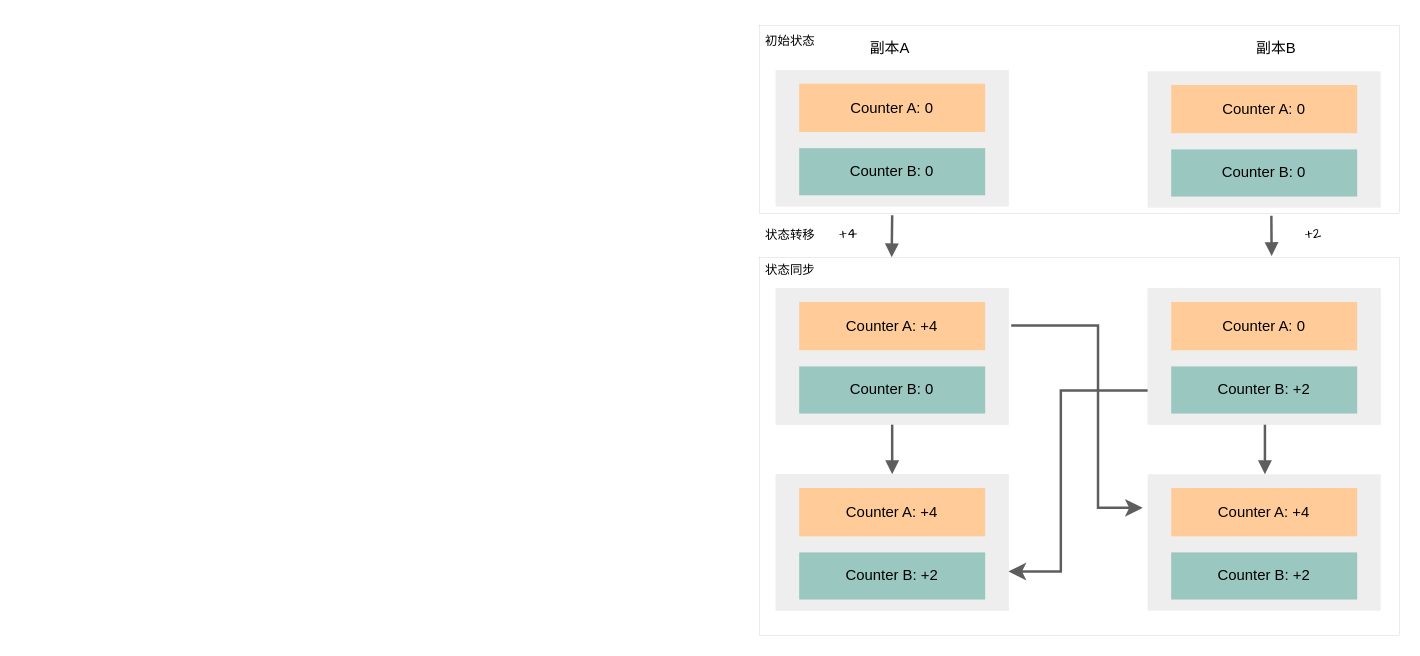
Before: page "GCounter" (10 of 10) of DRL.drawio in zhangluting123/drawio, a draw.io diagram. Source tidied: cells renumbered, new cells numbered last; positions are measured from the earlier drawing's top-left corner, leaving out a move shared by most shapes. Both pictures are drawn from the tidied source at 124%, with x=0, y=0 at pixel (753, 21).
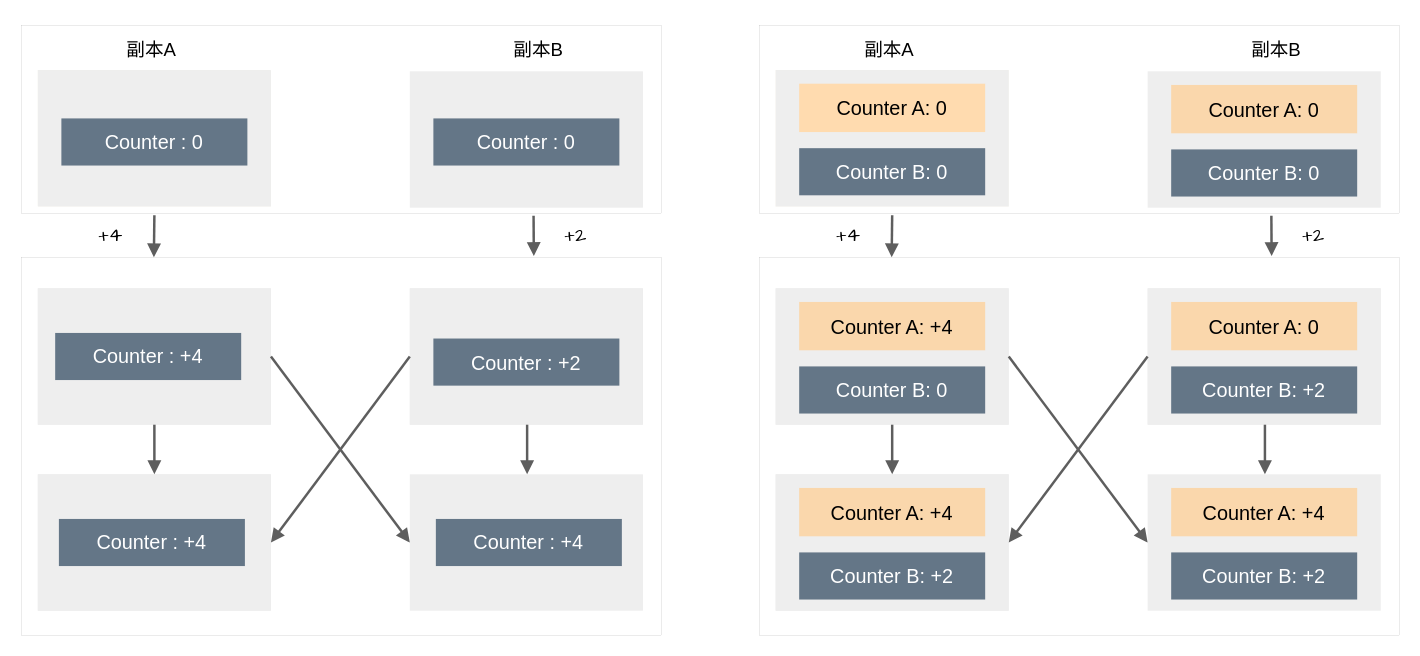
After the change.

Unchanged cells that the change refers to:
```xml
<mxCell id="3" style="group;" parent="1" vertex="1">
  <mxGeometry x="318" y="40" width="188" height="110" as="geometry" />
</mxCell>
<mxCell id="7" style="group;fillColor=#eeeeee;strokeColor=none;" parent="1" vertex="1">
  <mxGeometry x="18" y="215" width="188" height="110" as="geometry" />
</mxCell>
<mxCell id="8" style="rounded=0;whiteSpace=wrap;html=1;fillColor=#eeeeee;strokeColor=none;" parent="7" vertex="1">
  <mxGeometry width="188" height="110" as="geometry" />
</mxCell>
<mxCell id="16" style="group;fillColor=#eeeeee;strokeColor=none;" parent="1" vertex="1">
  <mxGeometry x="18" y="365" width="188" height="110" as="geometry" />
</mxCell>
<mxCell id="17" style="rounded=0;whiteSpace=wrap;html=1;fillColor=#eeeeee;strokeColor=none;" parent="16" vertex="1">
  <mxGeometry width="188" height="110" as="geometry" />
</mxCell>
<mxCell id="20" style="group;fillColor=#eeeeee;strokeColor=none;" parent="1" vertex="1">
  <mxGeometry x="318" y="215" width="188" height="110" as="geometry" />
</mxCell>
<mxCell id="21" style="rounded=0;whiteSpace=wrap;html=1;fillColor=#eeeeee;strokeColor=none;" parent="20" vertex="1">
  <mxGeometry width="188" height="110" as="geometry" />
</mxCell>
<mxCell id="24" style="group;" parent="1" vertex="1">
  <mxGeometry x="318" y="365" width="188" height="110" as="geometry" />
</mxCell>
<mxCell id="25" style="rounded=0;whiteSpace=wrap;html=1;fillColor=#eeeeee;strokeColor=none;" parent="24" vertex="1">
  <mxGeometry width="188" height="110" as="geometry" />
</mxCell>
```

Diff of the diagram source:
```diff
@@
+    <mxCell id="37" style="rounded=0;whiteSpace=wrap;html=1;fillColor=none;strokeColor=#5E5E5E;strokeWidth=0;" parent="1" vertex="1">
+      <mxGeometry x="5" y="3" width="516" height="152" as="geometry" />
+    </mxCell>
+    <mxCell id="35" style="rounded=0;whiteSpace=wrap;html=1;fillColor=none;strokeColor=#5E5E5E;strokeWidth=0;" parent="1" vertex="1">
+      <mxGeometry x="5" y="190" width="516" height="305" as="geometry" />
+    </mxCell>
@@
-    <mxCell id="5" value="Counter A: 0" style="rounded=0;whiteSpace=wrap;html=1;fillColor=#ffcc99;strokeColor=none;" parent="3" vertex="1">
+    <mxCell id="5" value="Counter A: 0" style="rounded=0;whiteSpace=wrap;html=1;fillColor=#fad7ac;strokeColor=none;fontSize=16;" parent="3" vertex="1">
       <mxGeometry x="19" y="11" width="150" height="39" as="geometry" />
     </mxCell>
-    <mxCell id="6" value="Counter B: 0" style="rounded=0;whiteSpace=wrap;html=1;fillColor=#9AC7BF;strokeColor=none;" parent="3" vertex="1">
+    <mxCell id="6" value="Counter B: 0" style="rounded=0;whiteSpace=wrap;html=1;fillColor=#647687;strokeColor=none;fontColor=#ffffff;fontSize=16;" parent="3" vertex="1">
       <mxGeometry x="19" y="63" width="150" height="38" as="geometry" />
     </mxCell>
@@
-    <mxCell id="9" value="Counter A: +4" style="rounded=0;whiteSpace=wrap;html=1;fillColor=#ffcc99;strokeColor=none;" parent="7" vertex="1">
+    <mxCell id="9" value="Counter A: +4" style="rounded=0;whiteSpace=wrap;html=1;fillColor=#fad7ac;strokeColor=none;fontSize=16;" parent="7" vertex="1">
       <mxGeometry x="19" y="11" width="150" height="39" as="geometry" />
     </mxCell>
-    <mxCell id="10" value="Counter B: 0" style="rounded=0;whiteSpace=wrap;html=1;fillColor=#9AC7BF;strokeColor=none;" parent="7" vertex="1">
+    <mxCell id="10" value="Counter B: 0" style="rounded=0;whiteSpace=wrap;html=1;fillColor=#647687;strokeColor=none;fontColor=#ffffff;fontSize=16;" parent="7" vertex="1">
       <mxGeometry x="19" y="63" width="150" height="38" as="geometry" />
     </mxCell>
-    <mxCell id="11" value="副本A&amp;nbsp;" style="text;html=1;strokeColor=none;fillColor=none;align=center;verticalAlign=middle;whiteSpace=wrap;rounded=0;" parent="1" vertex="1">
+    <mxCell id="11" value="副本A&amp;nbsp;" style="text;html=1;strokeColor=none;fillColor=none;align=center;verticalAlign=middle;whiteSpace=wrap;rounded=0;fontSize=15;" parent="1" vertex="1">
       <mxGeometry x="82" y="7" width="60" height="30" as="geometry" />
     </mxCell>
-    <mxCell id="12" value="副本B" style="text;html=1;strokeColor=none;fillColor=none;align=center;verticalAlign=middle;whiteSpace=wrap;rounded=0;" parent="1" vertex="1">
+    <mxCell id="12" value="副本B" style="text;html=1;strokeColor=none;fillColor=none;align=center;verticalAlign=middle;whiteSpace=wrap;rounded=0;fontSize=15;" parent="1" vertex="1">
       <mxGeometry x="392" y="7" width="60" height="30" as="geometry" />
     </mxCell>
@@
-    <mxCell id="14" value="Counter A: 0" style="rounded=0;whiteSpace=wrap;html=1;fillColor=#ffcc99;strokeColor=none;" parent="1" vertex="1">
+    <mxCell id="14" value="Counter A: 0" style="rounded=0;whiteSpace=wrap;html=1;fillColor=#FFDBAF;strokeColor=none;fontSize=16;" parent="1" vertex="1">
       <mxGeometry x="37" y="50" width="150" height="39" as="geometry" />
     </mxCell>
-    <mxCell id="15" value="Counter B: 0" style="rounded=0;whiteSpace=wrap;html=1;fillColor=#9AC7BF;strokeColor=none;" parent="1" vertex="1">
+    <mxCell id="15" value="Counter B: 0" style="rounded=0;whiteSpace=wrap;html=1;fillColor=#647687;strokeColor=none;fontColor=#ffffff;fontSize=16;" parent="1" vertex="1">
       <mxGeometry x="37" y="102" width="150" height="38" as="geometry" />
     </mxCell>
@@
-    <mxCell id="18" value="Counter A: +4" style="rounded=0;whiteSpace=wrap;html=1;fillColor=#ffcc99;strokeColor=none;" parent="16" vertex="1">
+    <mxCell id="18" value="Counter A: +4" style="rounded=0;whiteSpace=wrap;html=1;fillColor=#fad7ac;strokeColor=none;fontSize=16;" parent="16" vertex="1">
       <mxGeometry x="19" y="11" width="150" height="39" as="geometry" />
     </mxCell>
-    <mxCell id="19" value="Counter B: +2" style="rounded=0;whiteSpace=wrap;html=1;fillColor=#9AC7BF;strokeColor=none;" parent="16" vertex="1">
+    <mxCell id="19" value="Counter B: +2" style="rounded=0;whiteSpace=wrap;html=1;fillColor=#647687;strokeColor=none;fontColor=#ffffff;fontSize=16;" parent="16" vertex="1">
       <mxGeometry x="19" y="63" width="150" height="38" as="geometry" />
     </mxCell>
@@
-    <mxCell id="22" value="Counter A: 0" style="rounded=0;whiteSpace=wrap;html=1;fillColor=#ffcc99;strokeColor=none;" parent="20" vertex="1">
+    <mxCell id="22" value="Counter A: 0" style="rounded=0;whiteSpace=wrap;html=1;fillColor=#fad7ac;strokeColor=none;fontSize=16;" parent="20" vertex="1">
       <mxGeometry x="19" y="11" width="150" height="39" as="geometry" />
     </mxCell>
-    <mxCell id="23" value="Counter B: +2" style="rounded=0;whiteSpace=wrap;html=1;fillColor=#9AC7BF;strokeColor=none;" parent="20" vertex="1">
+    <mxCell id="23" value="Counter B: +2" style="rounded=0;whiteSpace=wrap;html=1;fillColor=#647687;strokeColor=none;fontColor=#ffffff;fontSize=16;" parent="20" vertex="1">
       <mxGeometry x="19" y="63" width="150" height="38" as="geometry" />
     </mxCell>
@@
-    <mxCell id="26" value="Counter A: +4" style="rounded=0;whiteSpace=wrap;html=1;fillColor=#ffcc99;strokeColor=none;" parent="24" vertex="1">
+    <mxCell id="26" value="Counter A: +4" style="rounded=0;whiteSpace=wrap;html=1;fillColor=#fad7ac;strokeColor=none;fontSize=16;" parent="24" vertex="1">
       <mxGeometry x="19" y="11" width="150" height="39" as="geometry" />
     </mxCell>
-    <mxCell id="27" value="Counter B: +2" style="rounded=0;whiteSpace=wrap;html=1;fillColor=#9AC7BF;strokeColor=none;" parent="24" vertex="1">
+    <mxCell id="27" value="Counter B: +2" style="rounded=0;whiteSpace=wrap;html=1;fillColor=#647687;strokeColor=none;fontColor=#ffffff;fontSize=16;" parent="24" vertex="1">
       <mxGeometry x="19" y="63" width="150" height="38" as="geometry" />
     </mxCell>
-    <mxCell id="28" value="+2" style="text;html=1;strokeColor=none;fillColor=none;align=center;verticalAlign=middle;whiteSpace=wrap;rounded=0;fontFamily=Comic Sans MS;" parent="1" vertex="1">
+    <mxCell id="28" value="+2" style="text;html=1;strokeColor=none;fillColor=none;align=center;verticalAlign=middle;whiteSpace=wrap;rounded=0;fontFamily=Comic Sans MS;fontSize=16;" parent="1" vertex="1">
       <mxGeometry x="422" y="157" width="60" height="30" as="geometry" />
     </mxCell>
@@
-    <mxCell id="31" style="edgeStyle=elbowEdgeStyle;elbow=horizontal;endArrow=classic;html=1;curved=0;rounded=0;endSize=8;startSize=8;entryX=-0.021;entryY=0.246;entryDx=0;entryDy=0;entryPerimeter=0;strokeWidth=2;strokeColor=#5E5E5E;" parent="1" edge="1" target="25">
-      <mxGeometry relative="1" as="geometry">
-        <mxPoint x="208" y="245" as="sourcePoint" />
-        <Array as="points">
-          <mxPoint x="278" y="335" />
-        </Array>
-      </mxGeometry>
-    </mxCell>
-    <mxCell id="32" style="edgeStyle=elbowEdgeStyle;elbow=horizontal;endArrow=classic;html=1;curved=0;rounded=0;endSize=8;startSize=8;entryX=0.999;entryY=0.712;entryDx=0;entryDy=0;exitX=0;exitY=0.75;exitDx=0;exitDy=0;entryPerimeter=0;strokeWidth=2;strokeColor=#5E5E5E;" parent="1" edge="1" source="21" target="17">
-      <mxGeometry relative="1" as="geometry">
-        <Array as="points">
-          <mxPoint x="248" y="365" />
-        </Array>
-      </mxGeometry>
-    </mxCell>
@@
-    <mxCell id="35" style="rounded=0;whiteSpace=wrap;html=1;fillColor=none;strokeColor=#5E5E5E;strokeWidth=0;" parent="1" vertex="1">
-      <mxGeometry x="5" y="190" width="516" height="305" as="geometry" />
-    </mxCell>
-    <mxCell id="36" value="+4" style="text;html=1;strokeColor=none;fillColor=none;align=center;verticalAlign=middle;whiteSpace=wrap;rounded=0;fontFamily=Comic Sans MS;" parent="1" vertex="1">
+    <mxCell id="36" value="+4" style="text;html=1;strokeColor=none;fillColor=none;align=center;verticalAlign=middle;whiteSpace=wrap;rounded=0;fontFamily=Comic Sans MS;fontSize=16;" parent="1" vertex="1">
       <mxGeometry x="47" y="157" width="60" height="30" as="geometry" />
     </mxCell>
-    <mxCell id="37" style="rounded=0;whiteSpace=wrap;html=1;fillColor=none;strokeColor=#5E5E5E;strokeWidth=0;" parent="1" vertex="1">
-      <mxGeometry x="5" y="3" width="516" height="152" as="geometry" />
-    </mxCell>
-    <mxCell id="38" value="初始状态" style="text;html=1;strokeColor=none;fillColor=none;align=center;verticalAlign=middle;whiteSpace=wrap;rounded=0;fontFamily=Helvetica;fontSize=10;" parent="1" vertex="1">
-      <mxGeometry width="60" height="30" as="geometry" />
-    </mxCell>
-    <mxCell id="39" value="状态转移" style="text;html=1;strokeColor=none;fillColor=none;align=center;verticalAlign=middle;whiteSpace=wrap;rounded=0;fontFamily=Helvetica;fontSize=10;" parent="1" vertex="1">
-      <mxGeometry y="157" width="60" height="30" as="geometry" />
-    </mxCell>
-    <mxCell id="40" value="状态同步" style="text;html=1;strokeColor=none;fillColor=none;align=center;verticalAlign=middle;whiteSpace=wrap;rounded=0;fontFamily=Helvetica;fontSize=10;" parent="1" vertex="1">
-      <mxGeometry y="185" width="60" height="30" as="geometry" />
-    </mxCell>
+    <mxCell id="41" style="endArrow=block;html=1;rounded=0;entryX=0;entryY=0.5;entryDx=0;entryDy=0;exitX=1;exitY=0.5;exitDx=0;exitDy=0;strokeWidth=2;strokeColor=#5E5E5E;endFill=1;" parent="1" edge="1" source="8" target="25">
+      <mxGeometry relative="1" as="geometry" />
+    </mxCell>
+    <mxCell id="32" style="endArrow=block;html=1;rounded=0;entryX=1;entryY=0.5;entryDx=0;entryDy=0;exitX=0;exitY=0.5;exitDx=0;exitDy=0;strokeWidth=2;strokeColor=#5E5E5E;endFill=1;" parent="1" edge="1" source="21" target="17">
+      <mxGeometry relative="1" as="geometry" />
+    </mxCell>
+    <mxCell id="42" style="rounded=0;whiteSpace=wrap;html=1;fillColor=none;strokeColor=#5E5E5E;strokeWidth=0;" parent="1" vertex="1">
+      <mxGeometry x="-590" y="3" width="516" height="152" as="geometry" />
+    </mxCell>
+    <mxCell id="43" style="rounded=0;whiteSpace=wrap;html=1;fillColor=none;strokeColor=#5E5E5E;strokeWidth=0;" parent="1" vertex="1">
+      <mxGeometry x="-590" y="190" width="516" height="305" as="geometry" />
+    </mxCell>
+    <mxCell id="44" style="group;fillColor=#f9f7ed;strokeColor=none;" parent="1" vertex="1">
+      <mxGeometry x="-577" y="39" width="188" height="110" as="geometry" />
+    </mxCell>
+    <mxCell id="45" style="group;" parent="1" vertex="1">
+      <mxGeometry x="-277" y="40" width="188" height="110" as="geometry" />
+    </mxCell>
+    <mxCell id="46" style="rounded=0;whiteSpace=wrap;html=1;fillColor=#eeeeee;strokeColor=none;" parent="45" vertex="1">
+      <mxGeometry width="188" height="110" as="geometry" />
+    </mxCell>
+    <mxCell id="47" value="Counter : 0" style="rounded=0;whiteSpace=wrap;html=1;fillColor=#647687;strokeColor=none;fontColor=#ffffff;fontSize=16;" parent="45" vertex="1">
+      <mxGeometry x="19" y="38" width="150" height="38" as="geometry" />
+    </mxCell>
+    <mxCell id="48" style="group;fillColor=#eeeeee;strokeColor=none;" parent="1" vertex="1">
+      <mxGeometry x="-577" y="215" width="188" height="110" as="geometry" />
+    </mxCell>
+    <mxCell id="49" style="rounded=0;whiteSpace=wrap;html=1;fillColor=#eeeeee;strokeColor=none;" parent="48" vertex="1">
+      <mxGeometry width="188" height="110" as="geometry" />
+    </mxCell>
+    <mxCell id="50" value="Counter : +4" style="rounded=0;whiteSpace=wrap;html=1;fillColor=#647687;strokeColor=none;fontColor=#ffffff;fontSize=16;" parent="48" vertex="1">
+      <mxGeometry x="14" y="36" width="150" height="38" as="geometry" />
+    </mxCell>
+    <mxCell id="51" value="副本A&amp;nbsp;" style="text;html=1;strokeColor=none;fillColor=none;align=center;verticalAlign=middle;whiteSpace=wrap;rounded=0;fontSize=15;" parent="1" vertex="1">
+      <mxGeometry x="-513" y="7" width="60" height="30" as="geometry" />
+    </mxCell>
+    <mxCell id="52" value="副本B" style="text;html=1;strokeColor=none;fillColor=none;align=center;verticalAlign=middle;whiteSpace=wrap;rounded=0;fontSize=15;" parent="1" vertex="1">
+      <mxGeometry x="-203" y="7" width="60" height="30" as="geometry" />
+    </mxCell>
+    <mxCell id="53" style="rounded=0;whiteSpace=wrap;html=1;fillColor=#eeeeee;strokeColor=none;" parent="1" vertex="1">
+      <mxGeometry x="-577" y="39" width="188" height="110" as="geometry" />
+    </mxCell>
+    <mxCell id="54" value="Counter : 0" style="rounded=0;whiteSpace=wrap;html=1;fillColor=#647687;strokeColor=none;fontColor=#ffffff;fontSize=16;" parent="1" vertex="1">
+      <mxGeometry x="-558" y="78" width="150" height="38" as="geometry" />
+    </mxCell>
+    <mxCell id="55" style="group;fillColor=#eeeeee;strokeColor=none;" parent="1" vertex="1">
+      <mxGeometry x="-577" y="365" width="188" height="110" as="geometry" />
+    </mxCell>
+    <mxCell id="56" style="rounded=0;whiteSpace=wrap;html=1;fillColor=#eeeeee;strokeColor=none;" parent="55" vertex="1">
+      <mxGeometry width="188" height="110" as="geometry" />
+    </mxCell>
+    <mxCell id="57" value="Counter : +4" style="rounded=0;whiteSpace=wrap;html=1;fillColor=#647687;strokeColor=none;fontColor=#ffffff;fontSize=16;" parent="55" vertex="1">
+      <mxGeometry x="17" y="36" width="150" height="38" as="geometry" />
+    </mxCell>
+    <mxCell id="58" style="group;fillColor=#eeeeee;strokeColor=none;" parent="1" vertex="1">
+      <mxGeometry x="-277" y="215" width="188" height="110" as="geometry" />
+    </mxCell>
+    <mxCell id="59" style="rounded=0;whiteSpace=wrap;html=1;fillColor=#eeeeee;strokeColor=none;" parent="58" vertex="1">
+      <mxGeometry width="188" height="110" as="geometry" />
+    </mxCell>
+    <mxCell id="60" value="Counter : +2" style="rounded=0;whiteSpace=wrap;html=1;fillColor=#647687;strokeColor=none;fontColor=#ffffff;fontSize=16;" parent="58" vertex="1">
+      <mxGeometry x="19" y="40.5" width="150" height="38" as="geometry" />
+    </mxCell>
+    <mxCell id="61" style="group;" parent="1" vertex="1">
+      <mxGeometry x="-277" y="365" width="188" height="110" as="geometry" />
+    </mxCell>
+    <mxCell id="62" style="rounded=0;whiteSpace=wrap;html=1;fillColor=#eeeeee;strokeColor=none;" parent="61" vertex="1">
+      <mxGeometry width="188" height="110" as="geometry" />
+    </mxCell>
+    <mxCell id="63" value="Counter : +4" style="rounded=0;whiteSpace=wrap;html=1;fillColor=#647687;strokeColor=none;fontColor=#ffffff;fontSize=16;" parent="61" vertex="1">
+      <mxGeometry x="21" y="36" width="150" height="38" as="geometry" />
+    </mxCell>
+    <mxCell id="64" value="+2" style="text;html=1;strokeColor=none;fillColor=none;align=center;verticalAlign=middle;whiteSpace=wrap;rounded=0;fontFamily=Comic Sans MS;fontSize=16;" parent="1" vertex="1">
+      <mxGeometry x="-173" y="157" width="60" height="30" as="geometry" />
+    </mxCell>
+    <mxCell id="65" style="endArrow=block;html=1;rounded=0;entryX=0.5;entryY=0;entryDx=0;entryDy=0;exitX=0.5;exitY=1;exitDx=0;exitDy=0;strokeWidth=2;strokeColor=#5E5E5E;endFill=1;" parent="1" edge="1" source="49" target="56">
+      <mxGeometry relative="1" as="geometry" />
+    </mxCell>
+    <mxCell id="66" style="endArrow=block;html=1;rounded=0;entryX=0.5;entryY=0;entryDx=0;entryDy=0;exitX=0.5;exitY=1;exitDx=0;exitDy=0;strokeWidth=2;strokeColor=#5E5E5E;endFill=1;" parent="1" edge="1">
+      <mxGeometry relative="1" as="geometry">
+        <mxPoint x="-182.4" y="325" as="sourcePoint" />
+        <mxPoint x="-182.4" y="365" as="targetPoint" />
+      </mxGeometry>
+    </mxCell>
+    <mxCell id="67" style="endArrow=block;html=1;rounded=0;entryX=0.5;entryY=0;entryDx=0;entryDy=0;strokeWidth=2;strokeColor=#5E5E5E;endFill=1;" parent="1" edge="1">
+      <mxGeometry relative="1" as="geometry">
+        <mxPoint x="-483" y="156" as="sourcePoint" />
+        <mxPoint x="-483.4" y="190" as="targetPoint" />
+      </mxGeometry>
+    </mxCell>
+    <mxCell id="68" style="endArrow=block;html=1;rounded=0;entryX=0.5;entryY=0;entryDx=0;entryDy=0;exitX=0.8;exitY=1.01;exitDx=0;exitDy=0;strokeWidth=2;strokeColor=#5E5E5E;endFill=1;exitPerimeter=0;" parent="1" edge="1" source="42">
+      <mxGeometry relative="1" as="geometry">
+        <mxPoint x="-177" y="189" as="targetPoint" />
+      </mxGeometry>
+    </mxCell>
+    <mxCell id="69" value="+4" style="text;html=1;strokeColor=none;fillColor=none;align=center;verticalAlign=middle;whiteSpace=wrap;rounded=0;fontFamily=Comic Sans MS;fontSize=16;" parent="1" vertex="1">
+      <mxGeometry x="-548" y="157" width="60" height="30" as="geometry" />
+    </mxCell>
+    <mxCell id="70" style="endArrow=block;html=1;rounded=0;entryX=0;entryY=0.5;entryDx=0;entryDy=0;exitX=1;exitY=0.5;exitDx=0;exitDy=0;strokeWidth=2;strokeColor=#5E5E5E;endFill=1;" parent="1" edge="1" source="49" target="62">
+      <mxGeometry relative="1" as="geometry" />
+    </mxCell>
+    <mxCell id="71" style="endArrow=block;html=1;rounded=0;entryX=1;entryY=0.5;entryDx=0;entryDy=0;exitX=0;exitY=0.5;exitDx=0;exitDy=0;strokeWidth=2;strokeColor=#5E5E5E;endFill=1;" parent="1" edge="1" source="59" target="56">
+      <mxGeometry relative="1" as="geometry" />
+    </mxCell>
```
